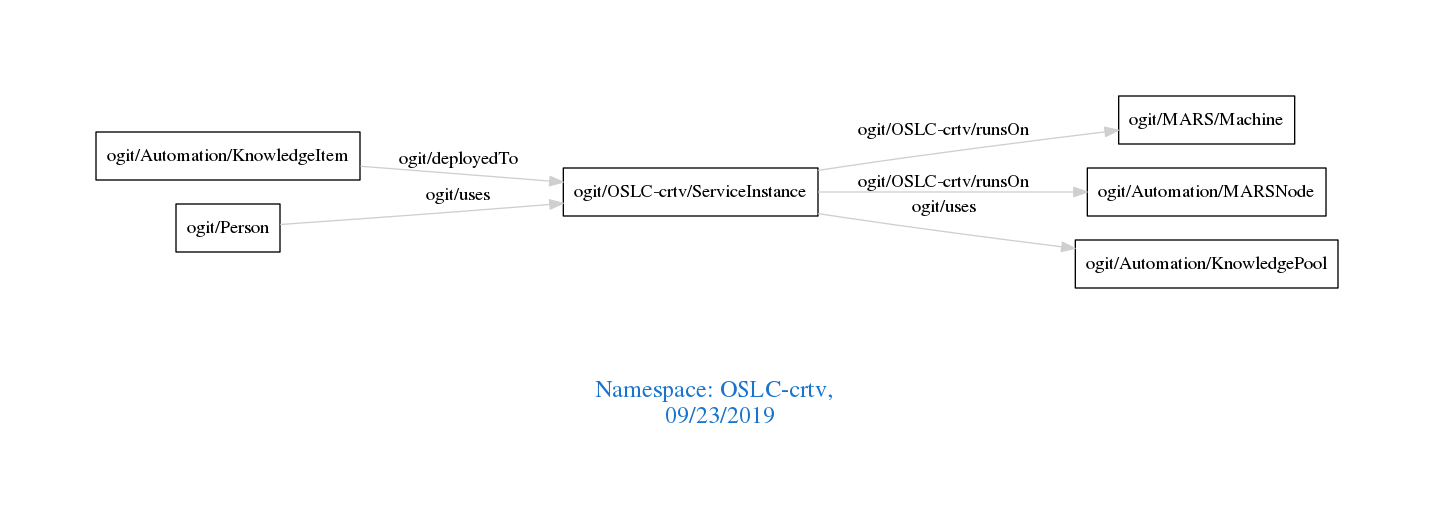
arago/OGIT keeps this Graphviz diagram as downloads/OSLC-crtv.png. Above is the earlier version. Its source is kept beside it as downloads/OSLC-crtv.dot.
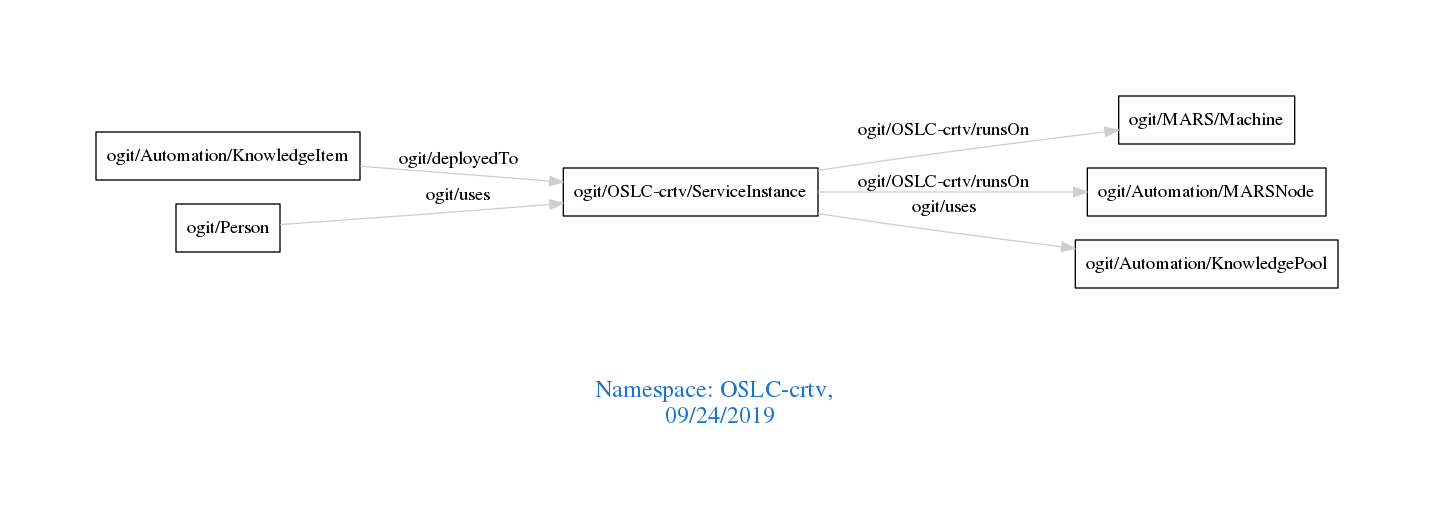
Later version of the same file.

Diff of the diagram source:
```diff
@@ -1,7 +1,7 @@
 digraph OGIT_ontology {
  graph [ rankdir= LR,pad=1
 fontsize = 18,
-fontcolor= dodgerblue3,label = "\n\n\nNamespace: OSLC-crtv, \n 09/23/2019"];
+fontcolor= dodgerblue3,label = "\n\n\nNamespace: OSLC-crtv, \n 09/24/2019"];
 node[shape=polygon];
 edge [  color="gray81"];
 
```
